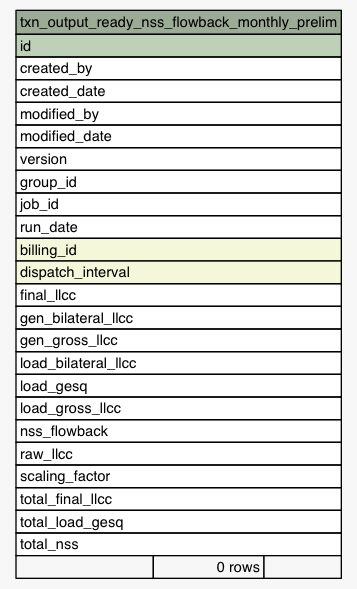
This is Data/settlement/diagrams/summary/txn_output_ready_nss_flowback_monthly_prelim.1degree.png from eyana-m/python-data-dictionary-writer, a Graphviz export, as it was before one commit. Its source is kept beside it as Data/settlement/diagrams/summary/txn_output_ready_nss_flowback_monthly_prelim.1degree.dot. Source of this version:
```dot
digraph "txn_output_ready_nss_flowback_monthly_prelim" {
  graph [
    rankdir="RL"
    bgcolor="#f7f7f7"
    nodesep="0.18"
    ranksep="0.46"
    fontname="Helvetica"
    fontsize="11"
  ];
  node [
    fontname="Helvetica"
    fontsize="11"
    shape="plaintext"
  ];
  edge [
    arrowsize="0.8"
  ];
  "txn_output_ready_nss_flowback_monthly_prelim" [
    label=<
    <TABLE BORDER="0" CELLBORDER="1" CELLSPACING="0" BGCOLOR="#ffffff">
      <TR><TD COLSPAN="3" BGCOLOR="#9bab96" ALIGN="CENTER">txn_output_ready_nss_flowback_monthly_prelim</TD></TR>
      <TR><TD PORT="id" COLSPAN="3" BGCOLOR="#bed1b8" ALIGN="LEFT">id</TD></TR>
      <TR><TD PORT="created_by" COLSPAN="3" ALIGN="LEFT">created_by</TD></TR>
      <TR><TD PORT="created_date" COLSPAN="3" ALIGN="LEFT">created_date</TD></TR>
      <TR><TD PORT="modified_by" COLSPAN="3" ALIGN="LEFT">modified_by</TD></TR>
      <TR><TD PORT="modified_date" COLSPAN="3" ALIGN="LEFT">modified_date</TD></TR>
      <TR><TD PORT="version" COLSPAN="3" ALIGN="LEFT">version</TD></TR>
      <TR><TD PORT="group_id" COLSPAN="3" ALIGN="LEFT">group_id</TD></TR>
      <TR><TD PORT="job_id" COLSPAN="3" ALIGN="LEFT">job_id</TD></TR>
      <TR><TD PORT="run_date" COLSPAN="3" ALIGN="LEFT">run_date</TD></TR>
      <TR><TD PORT="billing_id" COLSPAN="3" BGCOLOR="#f4f7da" ALIGN="LEFT">billing_id</TD></TR>
      <TR><TD PORT="dispatch_interval" COLSPAN="3" BGCOLOR="#f4f7da" ALIGN="LEFT">dispatch_interval</TD></TR>
      <TR><TD PORT="final_llcc" COLSPAN="3" ALIGN="LEFT">final_llcc</TD></TR>
      <TR><TD PORT="gen_bilateral_llcc" COLSPAN="3" ALIGN="LEFT">gen_bilateral_llcc</TD></TR>
      <TR><TD PORT="gen_gross_llcc" COLSPAN="3" ALIGN="LEFT">gen_gross_llcc</TD></TR>
      <TR><TD PORT="load_bilateral_llcc" COLSPAN="3" ALIGN="LEFT">load_bilateral_llcc</TD></TR>
      <TR><TD PORT="load_gesq" COLSPAN="3" ALIGN="LEFT">load_gesq</TD></TR>
      <TR><TD PORT="load_gross_llcc" COLSPAN="3" ALIGN="LEFT">load_gross_llcc</TD></TR>
      <TR><TD PORT="nss_flowback" COLSPAN="3" ALIGN="LEFT">nss_flowback</TD></TR>
      <TR><TD PORT="raw_llcc" COLSPAN="3" ALIGN="LEFT">raw_llcc</TD></TR>
      <TR><TD PORT="scaling_factor" COLSPAN="3" ALIGN="LEFT">scaling_factor</TD></TR>
      <TR><TD PORT="total_final_llcc" COLSPAN="3" ALIGN="LEFT">total_final_llcc</TD></TR>
      <TR><TD PORT="total_load_gesq" COLSPAN="3" ALIGN="LEFT">total_load_gesq</TD></TR>
      <TR><TD PORT="total_nss" COLSPAN="3" ALIGN="LEFT">total_nss</TD></TR>
      <TR><TD ALIGN="LEFT" BGCOLOR="#f7f7f7">  </TD><TD ALIGN="RIGHT" BGCOLOR="#f7f7f7">0 rows</TD><TD ALIGN="RIGHT" BGCOLOR="#f7f7f7">  </TD></TR>
    </TABLE>>
    URL="tables/txn_output_ready_nss_flowback_monthly_prelim.html"
    tooltip="txn_output_ready_nss_flowback_monthly_prelim"
  ];
}
```
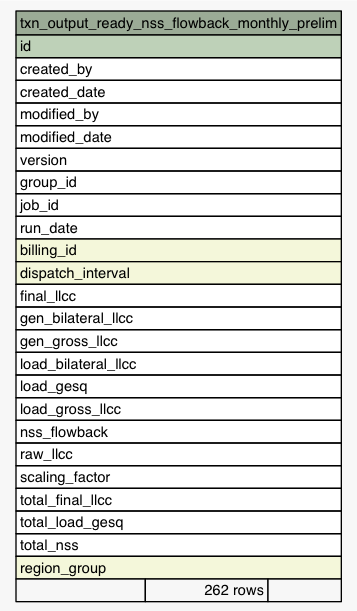
After the commit.

The edit, as a diff of the source:
```diff
@@ -42,7 +42,8 @@
       <TR><TD PORT="total_final_llcc" COLSPAN="3" ALIGN="LEFT">total_final_llcc</TD></TR>
       <TR><TD PORT="total_load_gesq" COLSPAN="3" ALIGN="LEFT">total_load_gesq</TD></TR>
       <TR><TD PORT="total_nss" COLSPAN="3" ALIGN="LEFT">total_nss</TD></TR>
-      <TR><TD ALIGN="LEFT" BGCOLOR="#f7f7f7">  </TD><TD ALIGN="RIGHT" BGCOLOR="#f7f7f7">0 rows</TD><TD ALIGN="RIGHT" BGCOLOR="#f7f7f7">  </TD></TR>
+      <TR><TD PORT="region_group" COLSPAN="3" BGCOLOR="#f4f7da" ALIGN="LEFT">region_group</TD></TR>
+      <TR><TD ALIGN="LEFT" BGCOLOR="#f7f7f7">  </TD><TD ALIGN="RIGHT" BGCOLOR="#f7f7f7">262 rows</TD><TD ALIGN="RIGHT" BGCOLOR="#f7f7f7">  </TD></TR>
     </TABLE>>
     URL="tables/txn_output_ready_nss_flowback_monthly_prelim.html"
     tooltip="txn_output_ready_nss_flowback_monthly_prelim"
```
